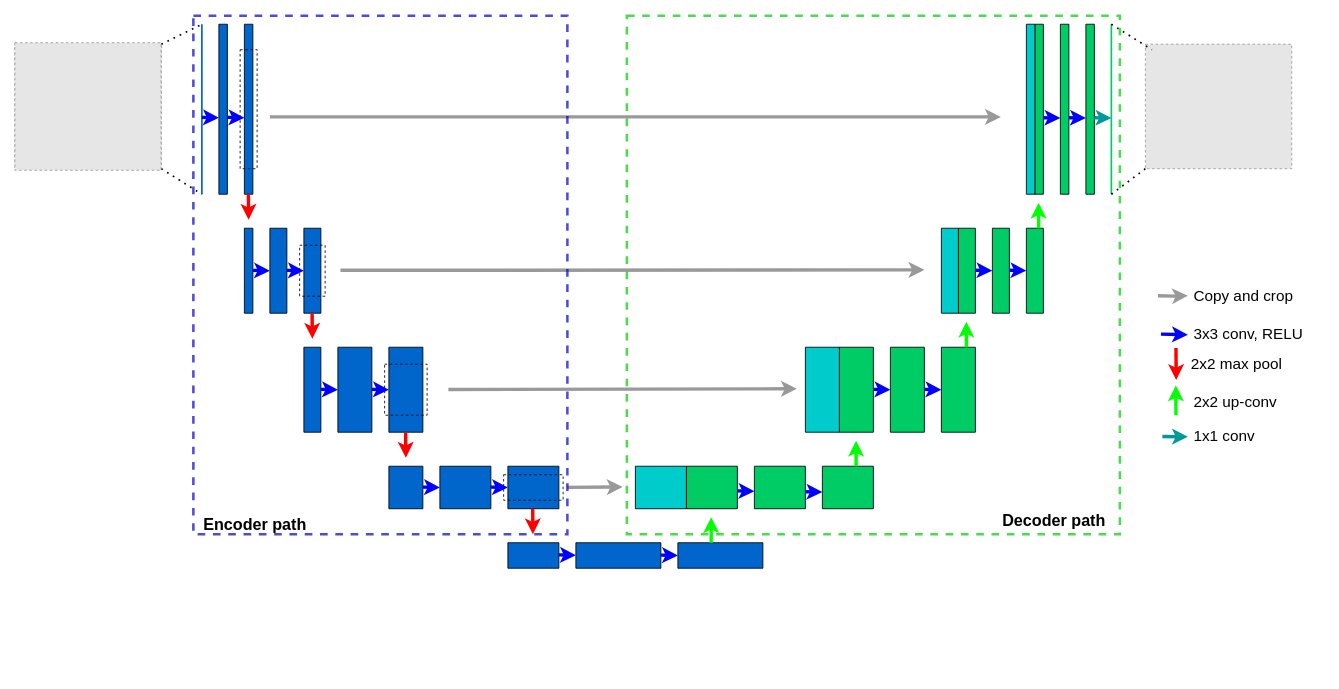
The draw.io diagram draw io/Unet_architecture.drawio in areyesan/Unet_chapter, before the edit. Source tidied: cells renumbered, new cells numbered last; positions are measured from the earlier drawing's top-left corner, leaving out a move shared by most shapes. Both pictures are drawn from the tidied source at 85%, with x=0, y=0 at pixel (14, 15). Pictures stored in the file or linked from it are replaced by grey dashed boxes.
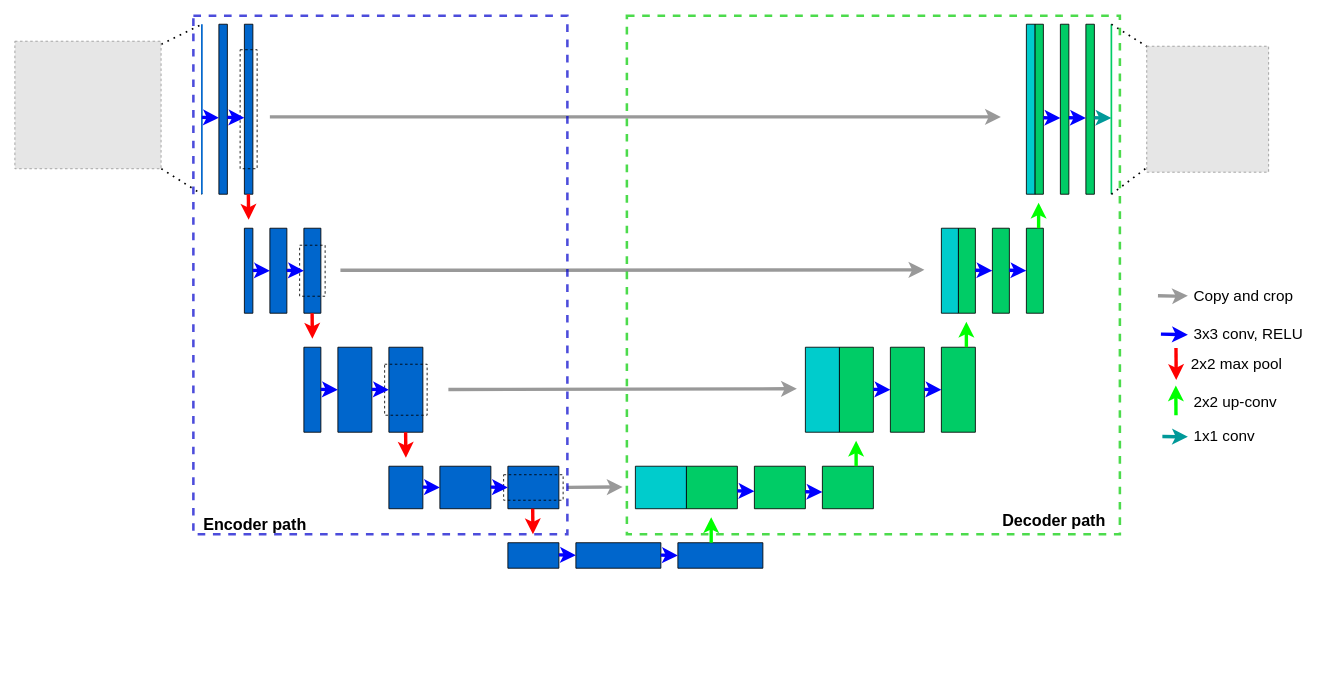
The same page after the edit.

Change to the diagram source:
```diff
@@
     <mxCell id="2" style="group;" parent="1" vertex="1">
-      <mxGeometry y="10" width="1540" height="640" as="geometry" />
+      <mxGeometry y="10" width="1540" height="764" as="geometry" />
     </mxCell>
@@
-    <mxCell id="68" style="fillColor=#E6E6E6;strokeColor=#999999;dashed=1;verticalLabelPosition=bottom;labelBackgroundColor=#ffffff;verticalAlign=top;" parent="2" vertex="1">
-      <mxGeometry y="23.5" width="172.3" height="146.5" as="geometry" />
-    </mxCell>
-    <mxCell id="69" style="fillColor=#E6E6E6;strokeColor=#999999;dashed=1;verticalLabelPosition=bottom;labelBackgroundColor=#ffffff;verticalAlign=top;" parent="2" vertex="1">
-      <mxGeometry x="1330" y="23.5" width="172.2" height="146.5" as="geometry" />
-    </mxCell>
@@
-    <mxCell id="72" style="endArrow=none;dashed=1;html=1;dashPattern=1 3;strokeWidth=2;rounded=0;entryX=0;entryY=1;entryDx=0;entryDy=0;" parent="2" edge="1" target="69">
+    <mxCell id="72" style="endArrow=none;dashed=1;html=1;dashPattern=1 3;strokeWidth=2;rounded=0;entryX=0;entryY=1;entryDx=0;entryDy=0;" parent="2" edge="1">
       <mxGeometry relative="1" as="geometry">
         <mxPoint x="1290" y="200" as="sourcePoint" />
+        <mxPoint x="1330" y="170" as="targetPoint" />
       </mxGeometry>
     </mxCell>
@@
     <mxCell id="90" style="fillColor=#E6E6E6;strokeColor=#999999;dashed=1;verticalLabelPosition=bottom;labelBackgroundColor=default;verticalAlign=top;" parent="2" vertex="1">
-      <mxGeometry y="21.8" width="172" height="150" as="geometry" />
+      <mxGeometry y="20" width="172" height="150" as="geometry" />
     </mxCell>
+    <mxCell id="91" style="fillColor=#E6E6E6;strokeColor=#999999;dashed=1;verticalLabelPosition=bottom;labelBackgroundColor=default;verticalAlign=top;" parent="2" vertex="1">
+      <mxGeometry x="1331.6" y="25.9" width="143.4" height="148.2" as="geometry" />
+    </mxCell>
```
